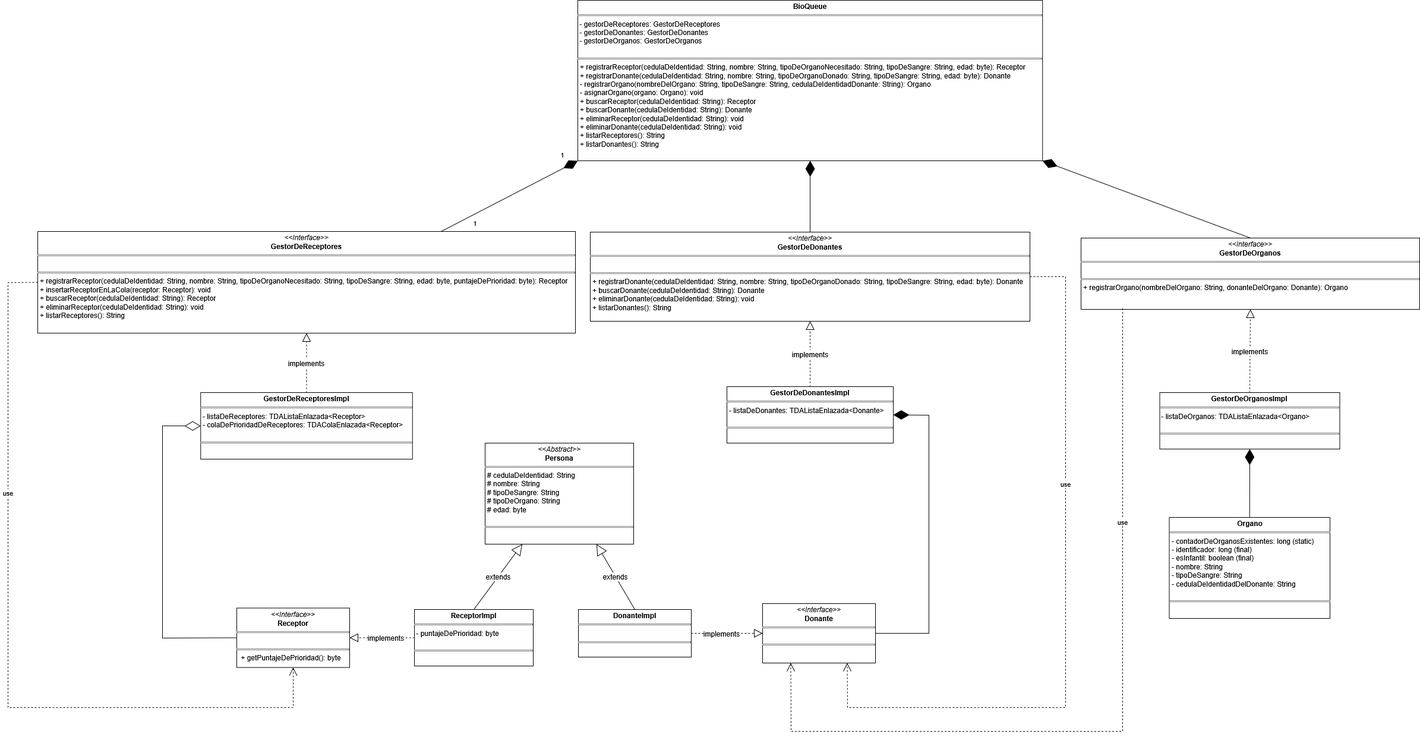
Above: DiagramaDeClasesUML.png in ianaicanias/proyectoD (draw.io), before the change. Source tidied: cells renumbered, new cells last; positions are measured from the earlier drawing's top-left corner, leaving out a move shared by most shapes.
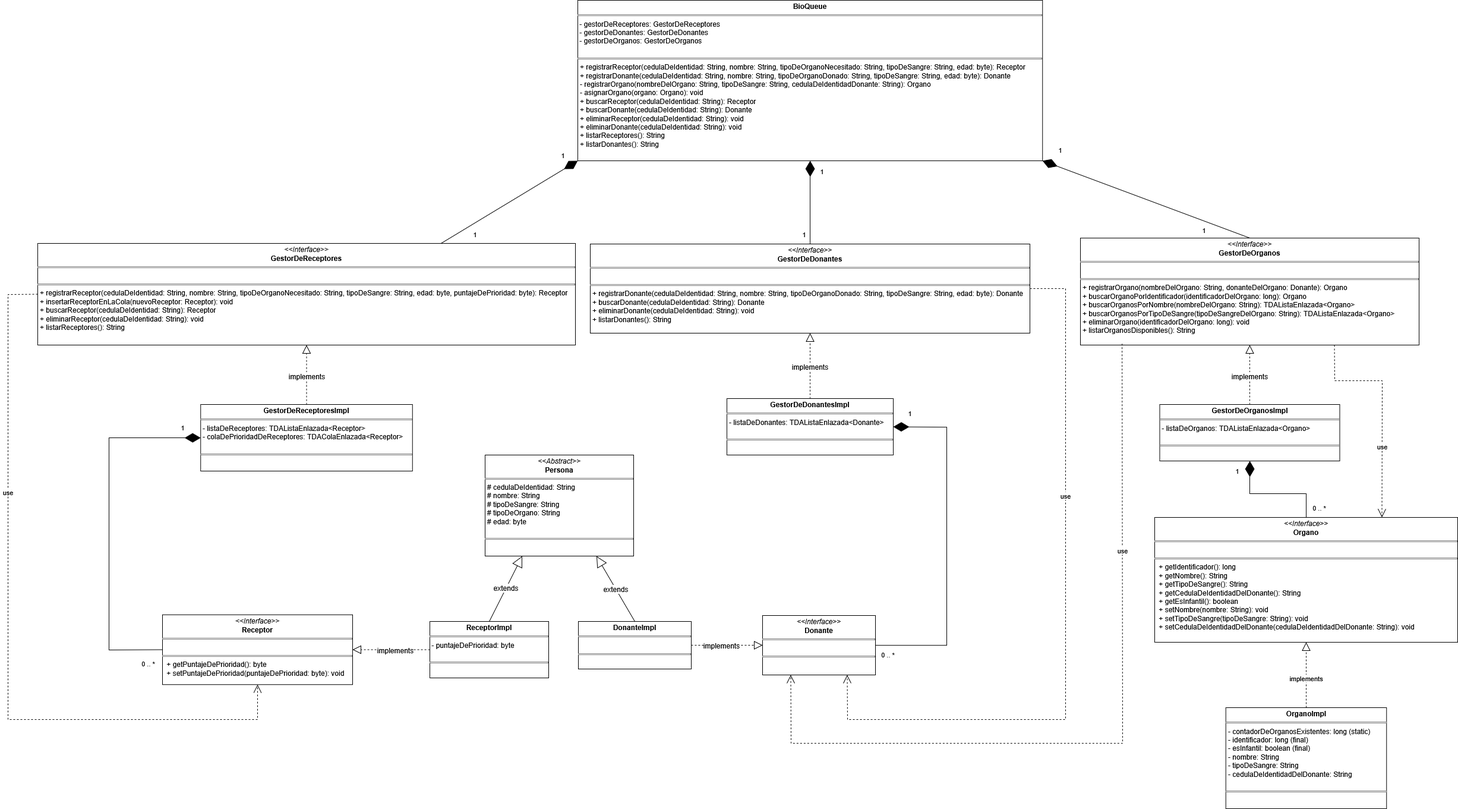
After the commit.

Commit message:
Subimos la tercera versión del UML.

Diff of the diagram source:
```diff
@@ -5,3 +5,3 @@
     <mxCell id="2" value="&lt;p style=&quot;margin:0px;margin-top:4px;text-align:center;&quot;&gt;&lt;b&gt;ReceptorImpl&lt;/b&gt;&lt;/p&gt;&lt;hr size=&quot;1&quot; style=&quot;border-style:solid;&quot;&gt;&amp;nbsp;- puntajeDePrioridad: byte&lt;p style=&quot;margin:0px;margin-left:4px;&quot;&gt;&lt;br&gt;&lt;/p&gt;&lt;hr size=&quot;1&quot; style=&quot;border-style:solid;&quot;&gt;" style="verticalAlign=top;align=left;overflow=fill;html=1;whiteSpace=wrap;" parent="1" vertex="1">
-      <mxGeometry x="684" y="1025" width="200" height="95" as="geometry" />
+      <mxGeometry x="710" y="1025" width="200" height="95" as="geometry" />
     </mxCell>
@@ -20,5 +20,5 @@
     <mxCell id="7" value="&lt;p style=&quot;margin:0px;margin-top:4px;text-align:center;&quot;&gt;&lt;b&gt;BioQueue&lt;/b&gt;&lt;/p&gt;&lt;hr size=&quot;1&quot; style=&quot;border-style:solid;&quot;&gt;&lt;div&gt;&amp;nbsp;- gestorDeReceptores: GestorDeReceptores&lt;/div&gt;&lt;div&gt;&amp;nbsp;- gestorDeDonantes: GestorDeDonantes&lt;/div&gt;&lt;div&gt;&amp;nbsp;- gestorDeOrganos: GestorDeOrganos&lt;/div&gt;&lt;div&gt;&lt;br&gt;&lt;/div&gt;&lt;hr size=&quot;1&quot; style=&quot;border-style:solid;&quot;&gt;&lt;p style=&quot;margin:0px;margin-left:4px;&quot;&gt;+ registrarReceptor(cedulaDeIdentidad: String, nombre: String, tipoDeOrganoNecesitado: String, tipoDeSangre: String, edad: byte): Receptor&lt;/p&gt;&lt;p style=&quot;margin:0px;margin-left:4px;&quot;&gt;+ registrarDonante(cedulaDeIdentidad: String, nombre: String, tipoDeOrganoDonado: String, tipoDeSangre: String, edad: byte): Donante&lt;/p&gt;&lt;p style=&quot;margin:0px;margin-left:4px;&quot;&gt;- registrarOrgano(nombreDelOrgano: String, tipoDeSangre: String, cedulaDeIdentidadDonante: String): Organo&lt;/p&gt;&lt;p style=&quot;margin:0px;margin-left:4px;&quot;&gt;- asignarOrgano(organo: Organo): void&lt;/p&gt;&lt;p style=&quot;margin:0px;margin-left:4px;&quot;&gt;+ buscarReceptor(cedulaDeIdentidad: String): Receptor&lt;/p&gt;&lt;p style=&quot;margin:0px;margin-left:4px;&quot;&gt;+ buscarDonante(cedulaDeIdentidad: String): Donante&lt;/p&gt;&lt;p style=&quot;margin:0px;margin-left:4px;&quot;&gt;+ eliminarReceptor(cedulaDeIdentidad: String): void&lt;/p&gt;&lt;p style=&quot;margin:0px;margin-left:4px;&quot;&gt;+ eliminarDonante(cedulaDeIdentidad: String): void&lt;/p&gt;&lt;p style=&quot;margin:0px;margin-left:4px;&quot;&gt;+ listarReceptores(): String&lt;/p&gt;&lt;p style=&quot;margin:0px;margin-left:4px;&quot;&gt;+ listarDonantes(): String&lt;/p&gt;&lt;p style=&quot;margin:0px;margin-left:4px;&quot;&gt;&lt;br&gt;&lt;/p&gt;&lt;p style=&quot;margin:0px;margin-left:4px;&quot;&gt;&lt;br&gt;&lt;/p&gt;" style="verticalAlign=top;align=left;overflow=fill;html=1;whiteSpace=wrap;" parent="1" vertex="1">
-      <mxGeometry x="958.9" width="782.2" height="270" as="geometry" />
+      <mxGeometry x="958.9" y="-20" width="782.2" height="270" as="geometry" />
     </mxCell>
-    <mxCell id="8" value="&lt;p style=&quot;margin:0px;margin-top:4px;text-align:center;&quot;&gt;&lt;i&gt;&amp;lt;&amp;lt;Interface&amp;gt;&amp;gt;&lt;/i&gt;&lt;br&gt;&lt;b&gt;GestorDeReceptores&lt;/b&gt;&lt;/p&gt;&lt;hr size=&quot;1&quot; style=&quot;border-style:solid;&quot;&gt;&lt;p style=&quot;margin:0px;margin-left:4px;&quot;&gt;&lt;br&gt;&lt;/p&gt;&lt;hr size=&quot;1&quot; style=&quot;border-style:solid;&quot;&gt;&lt;p style=&quot;margin:0px;margin-left:4px;&quot;&gt;+ registrarReceptor(cedulaDeIdentidad: String, nombre: String, tipoDeOrganoNecesitado: String, tipoDeSangre: String, edad: byte, puntajeDePrioridad: byte): Receptor&lt;/p&gt;&lt;p style=&quot;margin:0px;margin-left:4px;&quot;&gt;+ insertarReceptorEnLaCola(receptor: Receptor): void&lt;/p&gt;&lt;p style=&quot;margin:0px;margin-left:4px;&quot;&gt;+ buscarReceptor(cedulaDeIdentidad: String): Receptor&lt;/p&gt;&lt;p style=&quot;margin:0px;margin-left:4px;&quot;&gt;+ eliminarReceptor(cedulaDeIdentidad: String): void&lt;/p&gt;&lt;p style=&quot;margin:0px;margin-left:4px;&quot;&gt;+ listarReceptores(): String&lt;/p&gt;" style="verticalAlign=top;align=left;overflow=fill;html=1;whiteSpace=wrap;" parent="1" vertex="1">
+    <mxCell id="8" value="&lt;p style=&quot;margin:0px;margin-top:4px;text-align:center;&quot;&gt;&lt;i&gt;&amp;lt;&amp;lt;Interface&amp;gt;&amp;gt;&lt;/i&gt;&lt;br&gt;&lt;b&gt;GestorDeReceptores&lt;/b&gt;&lt;/p&gt;&lt;hr size=&quot;1&quot; style=&quot;border-style:solid;&quot;&gt;&lt;p style=&quot;margin:0px;margin-left:4px;&quot;&gt;&lt;br&gt;&lt;/p&gt;&lt;hr size=&quot;1&quot; style=&quot;border-style:solid;&quot;&gt;&lt;p style=&quot;margin:0px;margin-left:4px;&quot;&gt;+ registrarReceptor(cedulaDeIdentidad: String, nombre: String, tipoDeOrganoNecesitado: String, tipoDeSangre: String, edad: byte, puntajeDePrioridad: byte): Receptor&lt;/p&gt;&lt;p style=&quot;margin:0px;margin-left:4px;&quot;&gt;+ insertarReceptorEnLaCola(nuevoReceptor: Receptor): void&lt;/p&gt;&lt;p style=&quot;margin:0px;margin-left:4px;&quot;&gt;+ buscarReceptor(cedulaDeIdentidad: String): Receptor&lt;/p&gt;&lt;p style=&quot;margin:0px;margin-left:4px;&quot;&gt;+ eliminarReceptor(cedulaDeIdentidad: String): void&lt;/p&gt;&lt;p style=&quot;margin:0px;margin-left:4px;&quot;&gt;+ listarReceptores(): String&lt;/p&gt;" style="verticalAlign=top;align=left;overflow=fill;html=1;whiteSpace=wrap;" parent="1" vertex="1">
       <mxGeometry x="50" y="389" width="905" height="171" as="geometry" />
@@ -28,4 +28,4 @@
     </mxCell>
-    <mxCell id="10" value="&lt;p style=&quot;margin:0px;margin-top:4px;text-align:center;&quot;&gt;&lt;i&gt;&amp;lt;&amp;lt;Interface&amp;gt;&amp;gt;&lt;/i&gt;&lt;br&gt;&lt;b&gt;GestorDeOrganos&lt;/b&gt;&lt;/p&gt;&lt;hr size=&quot;1&quot; style=&quot;border-style:solid;&quot;&gt;&lt;p style=&quot;margin:0px;margin-left:4px;&quot;&gt;&amp;nbsp;&lt;/p&gt;&lt;hr size=&quot;1&quot; style=&quot;border-style:solid;&quot;&gt;&lt;p style=&quot;margin:0px;margin-left:4px;&quot;&gt;+ registrarOrgano(nombreDelOrgano: String, donanteDelOrgano: Donante): Organo&lt;/p&gt;" style="verticalAlign=top;align=left;overflow=fill;html=1;whiteSpace=wrap;" parent="1" vertex="1">
-      <mxGeometry x="1806" y="400" width="570" height="120" as="geometry" />
+    <mxCell id="10" value="&lt;p style=&quot;margin:0px;margin-top:4px;text-align:center;&quot;&gt;&lt;i&gt;&amp;lt;&amp;lt;Interface&amp;gt;&amp;gt;&lt;/i&gt;&lt;br&gt;&lt;b&gt;GestorDeOrganos&lt;/b&gt;&lt;/p&gt;&lt;hr size=&quot;1&quot; style=&quot;border-style:solid;&quot;&gt;&lt;p style=&quot;margin:0px;margin-left:4px;&quot;&gt;&amp;nbsp;&lt;/p&gt;&lt;hr size=&quot;1&quot; style=&quot;border-style:solid;&quot;&gt;&lt;p style=&quot;margin:0px;margin-left:4px;&quot;&gt;+ registrarOrgano(nombreDelOrgano: String, donanteDelOrgano: Donante): Organo&lt;/p&gt;&lt;p style=&quot;margin:0px;margin-left:4px;&quot;&gt;+ buscarOrganoPorIdentificador(identificadorDelOrgano: long): Organo&lt;/p&gt;&lt;p style=&quot;margin:0px;margin-left:4px;&quot;&gt;+ buscarOrganosPorNombre(nombreDelOrgano: String): TDAListaEnlazada&amp;lt;Organo&amp;gt;&lt;/p&gt;&lt;p style=&quot;margin:0px;margin-left:4px;&quot;&gt;+ buscarOrganosPorTipoDeSangre(tipoDeSangreDelOrgano: String): TDAListaEnlazada&amp;lt;Organo&amp;gt;&lt;/p&gt;&lt;p style=&quot;margin:0px;margin-left:4px;&quot;&gt;+ eliminarOrgano(identificadorDelOrgano: long): void&lt;/p&gt;&lt;p style=&quot;margin:0px;margin-left:4px;&quot;&gt;+ listarOrganosDisponibles(): String&lt;/p&gt;" style="verticalAlign=top;align=left;overflow=fill;html=1;whiteSpace=wrap;" parent="1" vertex="1">
+      <mxGeometry x="1805" y="380" width="570" height="180" as="geometry" />
     </mxCell>
@@ -40,4 +40,4 @@
     </mxCell>
-    <mxCell id="14" value="&lt;p style=&quot;margin:0px;margin-top:4px;text-align:center;&quot;&gt;&lt;b&gt;Organo&lt;/b&gt;&lt;/p&gt;&lt;hr size=&quot;1&quot; style=&quot;border-style:solid;&quot;&gt;&lt;p style=&quot;margin:0px;margin-left:4px;&quot;&gt;- contadorDeOrganosExistentes: long (static)&lt;/p&gt;&lt;p style=&quot;margin:0px;margin-left:4px;&quot;&gt;- identificador: long (final)&lt;/p&gt;&lt;p style=&quot;margin:0px;margin-left:4px;&quot;&gt;- esInfantil: boolean (final)&lt;/p&gt;&lt;p style=&quot;margin:0px;margin-left:4px;&quot;&gt;- nombre: String&lt;/p&gt;&lt;p style=&quot;margin:0px;margin-left:4px;&quot;&gt;- tipoDeSangre: String&lt;/p&gt;&lt;p style=&quot;margin:0px;margin-left:4px;&quot;&gt;- cedulaDeIdentidadDelDonante: String&lt;/p&gt;&lt;p style=&quot;margin:0px;margin-left:4px;&quot;&gt;&lt;br&gt;&lt;/p&gt;&lt;hr size=&quot;1&quot; style=&quot;border-style:solid;&quot;&gt;&lt;p style=&quot;margin:0px;margin-left:4px;&quot;&gt;&lt;br&gt;&lt;/p&gt;" style="verticalAlign=top;align=left;overflow=fill;html=1;whiteSpace=wrap;" parent="1" vertex="1">
-      <mxGeometry x="1954.5" y="870" width="270.5" height="170" as="geometry" />
+    <mxCell id="14" value="&lt;p style=&quot;margin:0px;margin-top:4px;text-align:center;&quot;&gt;&lt;b&gt;OrganoImpl&lt;/b&gt;&lt;/p&gt;&lt;hr size=&quot;1&quot; style=&quot;border-style:solid;&quot;&gt;&lt;p style=&quot;margin:0px;margin-left:4px;&quot;&gt;- contadorDeOrganosExistentes: long (static)&lt;/p&gt;&lt;p style=&quot;margin:0px;margin-left:4px;&quot;&gt;- identificador: long (final)&lt;/p&gt;&lt;p style=&quot;margin:0px;margin-left:4px;&quot;&gt;- esInfantil: boolean (final)&lt;/p&gt;&lt;p style=&quot;margin:0px;margin-left:4px;&quot;&gt;- nombre: String&lt;/p&gt;&lt;p style=&quot;margin:0px;margin-left:4px;&quot;&gt;- tipoDeSangre: String&lt;/p&gt;&lt;p style=&quot;margin:0px;margin-left:4px;&quot;&gt;- cedulaDeIdentidadDelDonante: String&lt;/p&gt;&lt;p style=&quot;margin:0px;margin-left:4px;&quot;&gt;&lt;br&gt;&lt;/p&gt;&lt;hr size=&quot;1&quot; style=&quot;border-style:solid;&quot;&gt;&lt;p style=&quot;margin:0px;margin-left:4px;&quot;&gt;&lt;br&gt;&lt;/p&gt;" style="verticalAlign=top;align=left;overflow=fill;html=1;whiteSpace=wrap;" parent="1" vertex="1">
+      <mxGeometry x="2049.8" y="1170" width="270.5" height="170" as="geometry" />
     </mxCell>
@@ -71,3 +71,3 @@
       <mxGeometry x="-0.71" relative="1" as="geometry">
-        <mxPoint x="24" y="2" as="offset" />
+        <mxPoint x="22" y="4" as="offset" />
       </mxGeometry>
@@ -77,2 +77,12 @@
     </mxCell>
+    <mxCell id="38" value="1" style="edgeLabel;html=1;align=center;verticalAlign=middle;" parent="24" vertex="1">
+      <mxGeometry x="0.87" y="1" relative="1" as="geometry">
+        <mxPoint x="20" y="8" as="offset" />
+      </mxGeometry>
+    </mxCell>
+    <mxCell id="39" value="1" style="edgeLabel;html=1;align=center;verticalAlign=middle;" parent="24" vertex="1">
+      <mxGeometry x="-0.72" y="4" relative="1" as="geometry">
+        <mxPoint x="-7" y="3" as="offset" />
+      </mxGeometry>
+    </mxCell>
     <mxCell id="25" style="endArrow=diamondThin;endFill=1;endSize=24;html=1;rounded=0;fontSize=12;curved=1;exitX=0.5;exitY=0;exitDx=0;exitDy=0;entryX=1;entryY=1;entryDx=0;entryDy=0;" parent="1" edge="1" source="10" target="7">
@@ -80,2 +90,12 @@
     </mxCell>
+    <mxCell id="40" value="1" style="edgeLabel;html=1;align=center;verticalAlign=middle;" parent="25" vertex="1">
+      <mxGeometry x="0.9" y="1" relative="1" as="geometry">
+        <mxPoint x="12" y="-27" as="offset" />
+      </mxGeometry>
+    </mxCell>
+    <mxCell id="41" value="1" style="edgeLabel;html=1;align=center;verticalAlign=middle;" parent="25" vertex="1">
+      <mxGeometry x="-0.7" y="-4" relative="1" as="geometry">
+        <mxPoint x="-26" y="9" as="offset" />
+      </mxGeometry>
+    </mxCell>
     <mxCell id="26" style="endArrow=diamondThin;endFill=1;endSize=24;html=1;rounded=0;fontSize=12;curved=0;entryX=1;entryY=0.5;entryDx=0;entryDy=0;exitX=1;exitY=0.5;exitDx=0;exitDy=0;" parent="1" edge="1" source="30" target="12">
@@ -83,4 +103,4 @@
         <Array as="points">
-          <mxPoint x="1550" y="1065" />
-          <mxPoint x="1550" y="698" />
+          <mxPoint x="1580" y="1065" />
+          <mxPoint x="1580" y="698" />
         </Array>
@@ -88,13 +108,30 @@
     </mxCell>
+    <mxCell id="42" value="0 .. *" style="edgeLabel;html=1;align=center;verticalAlign=middle;" parent="26" vertex="1">
+      <mxGeometry x="-0.94" relative="1" as="geometry">
+        <mxPoint y="15" as="offset" />
+      </mxGeometry>
+    </mxCell>
+    <mxCell id="43" value="1" style="edgeLabel;html=1;align=center;verticalAlign=middle;" parent="26" vertex="1">
+      <mxGeometry x="0.95" y="-4" relative="1" as="geometry">
+        <mxPoint x="10" y="-20" as="offset" />
+      </mxGeometry>
+    </mxCell>
-    <mxCell id="27" style="endArrow=diamondThin;endFill=1;endSize=24;html=1;rounded=0;fontSize=12;curved=0;entryX=0.5;entryY=1;entryDx=0;entryDy=0;exitX=0.5;exitY=0;exitDx=0;exitDy=0;" parent="1" edge="1" source="14" target="13">
-      <mxGeometry relative="1" as="geometry" />
+    <mxCell id="27" style="endArrow=diamondThin;endFill=1;endSize=24;html=1;rounded=0;fontSize=12;curved=0;entryX=0.5;entryY=1;entryDx=0;entryDy=0;exitX=0.5;exitY=0;exitDx=0;exitDy=0;" parent="1" edge="1" source="46" target="13">
+      <mxGeometry relative="1" as="geometry">
+        <Array as="points">
+          <mxPoint x="2185" y="810" />
+          <mxPoint x="2090" y="810" />
+        </Array>
+      </mxGeometry>
     </mxCell>
-    <mxCell id="28" style="endArrow=diamondThin;endFill=0;endSize=24;html=1;rounded=0;entryX=0;entryY=0.5;entryDx=0;entryDy=0;exitX=0;exitY=0.5;exitDx=0;exitDy=0;" parent="1" edge="1" source="33" target="11">
-      <mxGeometry relative="1" as="geometry">
-        <Array as="points">
-          <mxPoint x="260" y="1073" />
-          <mxPoint x="260" y="716" />
-        </Array>
-      </mxGeometry>
-    </mxCell>
+    <mxCell id="44" value="1" style="edgeLabel;html=1;align=center;verticalAlign=middle;" parent="27" vertex="1">
+      <mxGeometry x="0.88" y="4" relative="1" as="geometry">
+        <mxPoint x="-18" y="6" as="offset" />
+      </mxGeometry>
+    </mxCell>
+    <mxCell id="45" value="0 .. *" style="edgeLabel;html=1;align=center;verticalAlign=middle;" parent="27" vertex="1">
+      <mxGeometry x="-0.78" y="-3" relative="1" as="geometry">
+        <mxPoint x="18" y="3" as="offset" />
+      </mxGeometry>
+    </mxCell>
     <mxCell id="29" value="use" style="endArrow=open;endSize=12;dashed=1;html=1;rounded=0;exitX=0;exitY=0.5;exitDx=0;exitDy=0;entryX=0.5;entryY=1;entryDx=0;entryDy=0;" parent="1" edge="1" source="8" target="33">
@@ -104,3 +141,3 @@
           <mxPoint y="1190" />
-          <mxPoint x="480" y="1190" />
+          <mxPoint x="420" y="1190" />
         </Array>
@@ -119,4 +156,4 @@
     </mxCell>
-    <mxCell id="33" value="&lt;p style=&quot;margin:0px;margin-top:4px;text-align:center;&quot;&gt;&lt;i&gt;&amp;lt;&amp;lt;Interface&amp;gt;&amp;gt;&lt;/i&gt;&lt;br&gt;&lt;b&gt;Receptor&lt;/b&gt;&lt;/p&gt;&lt;hr size=&quot;1&quot; style=&quot;border-style:solid;&quot;&gt;&lt;p style=&quot;margin:0px;margin-left:4px;&quot;&gt;&amp;nbsp;&lt;/p&gt;&lt;hr size=&quot;1&quot; style=&quot;border-style:solid;&quot;&gt;&lt;p style=&quot;margin:0px;margin-left:4px;&quot;&gt;&amp;nbsp;+ getPuntajeDePrioridad(): byte&lt;/p&gt;" style="verticalAlign=top;align=left;overflow=fill;html=1;whiteSpace=wrap;" parent="1" vertex="1">
-      <mxGeometry x="385" y="1022.5" width="190" height="100" as="geometry" />
+    <mxCell id="33" value="&lt;p style=&quot;margin:0px;margin-top:4px;text-align:center;&quot;&gt;&lt;i&gt;&amp;lt;&amp;lt;Interface&amp;gt;&amp;gt;&lt;/i&gt;&lt;br&gt;&lt;b&gt;Receptor&lt;/b&gt;&lt;/p&gt;&lt;hr size=&quot;1&quot; style=&quot;border-style:solid;&quot;&gt;&lt;p style=&quot;margin:0px;margin-left:4px;&quot;&gt;&amp;nbsp;&lt;/p&gt;&lt;hr size=&quot;1&quot; style=&quot;border-style:solid;&quot;&gt;&lt;p style=&quot;margin:0px;margin-left:4px;&quot;&gt;&amp;nbsp;+ getPuntajeDePrioridad(): byte&lt;/p&gt;&lt;p style=&quot;margin:0px;margin-left:4px;&quot;&gt;&amp;nbsp;+ setPuntajeDePrioridad(puntajeDePrioridad: byte): void&lt;/p&gt;" style="verticalAlign=top;align=left;overflow=fill;html=1;whiteSpace=wrap;" parent="1" vertex="1">
+      <mxGeometry x="260" y="1013.8" width="320" height="117.5" as="geometry" />
     </mxCell>
@@ -147,2 +184,39 @@
     </mxCell>
+    <mxCell id="46" value="&lt;p style=&quot;margin:0px;margin-top:4px;text-align:center;&quot;&gt;&lt;i&gt;&amp;lt;&amp;lt;Interface&amp;gt;&amp;gt;&lt;/i&gt;&lt;br&gt;&lt;b&gt;Organo&lt;/b&gt;&lt;/p&gt;&lt;hr size=&quot;1&quot; style=&quot;border-style:solid;&quot;&gt;&lt;p style=&quot;margin:0px;margin-left:4px;&quot;&gt;&lt;br&gt;&lt;/p&gt;&lt;hr size=&quot;1&quot; style=&quot;border-style:solid;&quot;&gt;&lt;p style=&quot;margin:0px;margin-left:4px;&quot;&gt;&amp;nbsp;+ getIdentificador(): long&lt;/p&gt;&lt;p style=&quot;margin:0px;margin-left:4px;&quot;&gt;&amp;nbsp;+ getNombre(): String&lt;/p&gt;&lt;p style=&quot;margin:0px;margin-left:4px;&quot;&gt;&amp;nbsp;+ getTipoDeSangre(): String&lt;/p&gt;&lt;p style=&quot;margin:0px;margin-left:4px;&quot;&gt;&amp;nbsp;+ getCedulaDeIdentidadDelDonante(): String&lt;/p&gt;&lt;p style=&quot;margin:0px;margin-left:4px;&quot;&gt;&amp;nbsp;+ getEsInfantil(): boolean&lt;/p&gt;&lt;p style=&quot;margin:0px;margin-left:4px;&quot;&gt;&amp;nbsp;+ setNombre(nombre: String): void&lt;/p&gt;&lt;p style=&quot;margin:0px;margin-left:4px;&quot;&gt;&amp;nbsp;+ setTipoDeSangre(tipoDeSangre: String): void&lt;/p&gt;&lt;p style=&quot;margin:0px;margin-left:4px;&quot;&gt;&amp;nbsp;+ setCedulaDeIdentidadDelDonante(cedulaDeIdentidadDelDonante: String): void&lt;/p&gt;" style="verticalAlign=top;align=left;overflow=fill;html=1;whiteSpace=wrap;" parent="1" vertex="1">
+      <mxGeometry x="1930" y="850" width="510" height="210" as="geometry" />
+    </mxCell>
+    <mxCell id="47" style="endArrow=block;dashed=1;endFill=0;endSize=12;html=1;rounded=0;entryX=0.5;entryY=1;entryDx=0;entryDy=0;exitX=0.5;exitY=0;exitDx=0;exitDy=0;" parent="1" edge="1" source="14" target="46">
+      <mxGeometry relative="1" as="geometry" />
+    </mxCell>
+    <mxCell id="48" value="implements" style="edgeLabel;html=1;align=center;verticalAlign=middle;" parent="47" vertex="1">
+      <mxGeometry x="-0.12" y="1" relative="1" as="geometry">
+        <mxPoint y="-2" as="offset" />
+      </mxGeometry>
+    </mxCell>
+    <mxCell id="28" style="endArrow=diamondThin;endFill=1;endSize=24;html=1;rounded=0;fontSize=12;curved=0;entryX=0;entryY=0.5;entryDx=0;entryDy=0;exitX=0;exitY=0.5;exitDx=0;exitDy=0;" parent="1" edge="1" source="33" target="11">
+      <mxGeometry relative="1" as="geometry">
+        <Array as="points">
+          <mxPoint x="170" y="1073" />
+          <mxPoint x="170" y="716" />
+        </Array>
+      </mxGeometry>
+    </mxCell>
+    <mxCell id="49" value="0 .. *" style="edgeLabel;html=1;align=center;verticalAlign=middle;" parent="28" vertex="1">
+      <mxGeometry x="-0.83" y="5" relative="1" as="geometry">
+        <mxPoint x="23" y="17" as="offset" />
+      </mxGeometry>
+    </mxCell>
+    <mxCell id="50" value="1" style="edgeLabel;html=1;align=center;verticalAlign=middle;" parent="28" vertex="1">
+      <mxGeometry x="0.96" y="5" relative="1" as="geometry">
+        <mxPoint x="-19" y="-13" as="offset" />
+      </mxGeometry>
+    </mxCell>
+    <mxCell id="51" value="use" style="endArrow=open;endSize=12;dashed=1;html=1;rounded=0;exitX=0.75;exitY=1;exitDx=0;exitDy=0;entryX=0.75;entryY=0;entryDx=0;entryDy=0;" parent="1" edge="1" source="10" target="46">
+      <mxGeometry x="0.35" relative="1" as="geometry">
+        <Array as="points">
+          <mxPoint x="2233" y="620" />
+          <mxPoint x="2313" y="620" />
+        </Array>
+      </mxGeometry>
+    </mxCell>
   </root>
```
